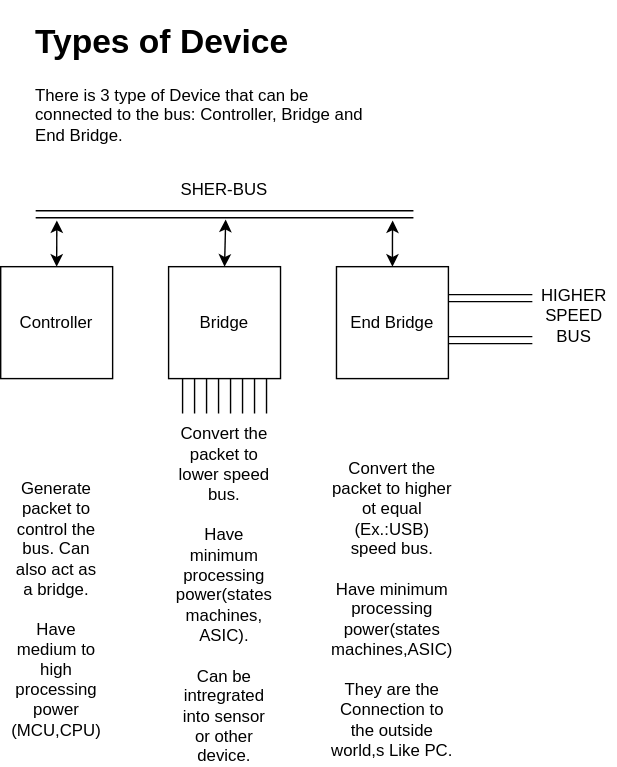
The draw.io diagram Controller_Bridge.svg in cdg66/BUS_figures, before a commit. Source tidied: cells renumbered, new cells last; positions are measured from the earlier drawing's top-left corner, leaving out a move shared by most shapes.
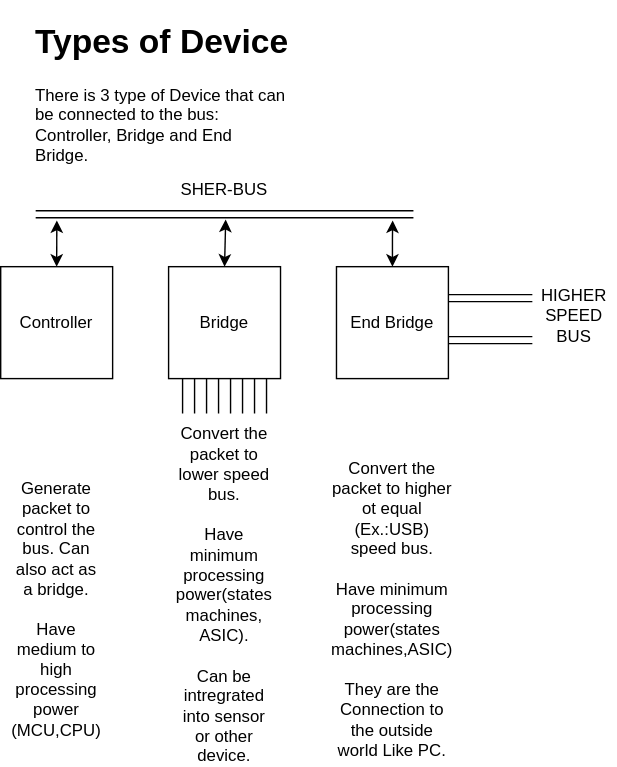
The same diagram one commit later.

What changed in the source:
```diff
@@ -14,14 +14,14 @@
     <mxCell id="5" value="&lt;div&gt;Convert the packet to lower speed bus.&lt;/div&gt;&lt;div&gt;&lt;br&gt;&lt;/div&gt;&lt;div&gt;Have minimum processing power(states machines, ASIC).&lt;/div&gt;&lt;div&gt;&lt;br&gt;&lt;/div&gt;&lt;div&gt;Can be intregrated into sensor or other device.&lt;br&gt;&lt;/div&gt;" style="text;html=1;strokeColor=none;fillColor=none;align=center;verticalAlign=middle;whiteSpace=wrap;rounded=0;" parent="1" vertex="1">
       <mxGeometry x="130" y="400" width="60" height="30" as="geometry" />
     </mxCell>
-    <mxCell id="6" value="&lt;div&gt;Convert the packet to higher ot equal (Ex.:USB) speed bus. &lt;br&gt;&lt;/div&gt;&lt;div&gt;&lt;br&gt;&lt;/div&gt;&lt;div&gt;Have minimum processing power(states machines,ASIC)&lt;/div&gt;&lt;div&gt;&lt;br&gt;&lt;/div&gt;&lt;div&gt;They are the Connection to the outside world,s Like PC.&lt;br&gt;&lt;/div&gt;" style="text;html=1;strokeColor=none;fillColor=none;align=center;verticalAlign=middle;whiteSpace=wrap;rounded=0;" parent="1" vertex="1">
+    <mxCell id="6" value="&lt;div&gt;Convert the packet to higher ot equal (Ex.:USB) speed bus. &lt;br&gt;&lt;/div&gt;&lt;div&gt;&lt;br&gt;&lt;/div&gt;&lt;div&gt;Have minimum processing power(states machines,ASIC)&lt;/div&gt;&lt;div&gt;&lt;br&gt;&lt;/div&gt;&lt;div&gt;They are the Connection to the outside world Like PC.&lt;br&gt;&lt;/div&gt;" style="text;html=1;strokeColor=none;fillColor=none;align=center;verticalAlign=middle;whiteSpace=wrap;rounded=0;" parent="1" vertex="1">
       <mxGeometry x="250" y="410" width="60" height="30" as="geometry" />
     </mxCell>
     <mxCell id="7" value="&lt;div&gt;Generate packet to control the bus. Can also act as a bridge.&lt;/div&gt;&lt;div&gt;&lt;br&gt;&lt;/div&gt;&lt;div&gt;Have medium to high processing power&lt;/div&gt;&lt;div&gt;(MCU,CPU)&lt;/div&gt;" style="text;html=1;strokeColor=none;fillColor=none;align=center;verticalAlign=middle;whiteSpace=wrap;rounded=0;" parent="1" vertex="1">
       <mxGeometry x="10" y="410" width="60" height="30" as="geometry" />
     </mxCell>
     <mxCell id="8" value="&lt;h1&gt;Types of Device&lt;br&gt;&lt;/h1&gt;There is 3 type of Device that can be connected to the bus: Controller, Bridge and End Bridge. " style="text;html=1;strokeColor=none;fillColor=none;spacing=5;spacingTop=-20;whiteSpace=wrap;overflow=hidden;rounded=0;" parent="1" vertex="1">
-      <mxGeometry x="20" width="250" height="120" as="geometry" />
+      <mxGeometry x="20" width="190" height="120" as="geometry" />
     </mxCell>
     <mxCell id="9" style="verticalLabelPosition=bottom;shadow=0;dashed=0;align=center;html=1;verticalAlign=top;shape=mxgraph.electrical.transmission.2_line_bus;" parent="1" vertex="1">
       <mxGeometry x="25" y="140" width="270" height="5" as="geometry" />
```
